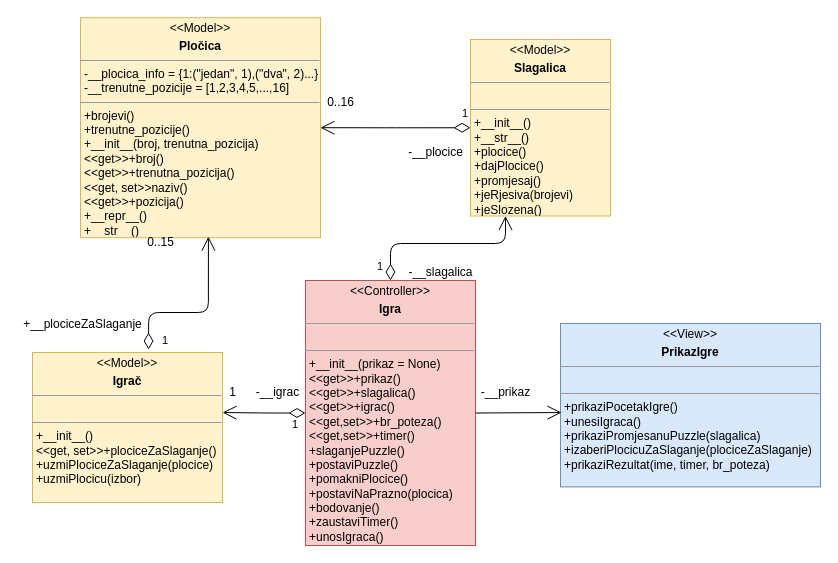
Earlier version of the draw.io diagram page "dijagramKlasaModelPogledKontroler" (7 of 11) of dijagram.drawio (mmravak/Sliding-puzzle). Source tidied: cells renumbered, new cells numbered last; positions are measured from the earlier drawing's top-left corner, leaving out a move shared by most shapes. Both pictures are drawn from the tidied source at 100%, with x=0, y=0 at pixel (17, 17).
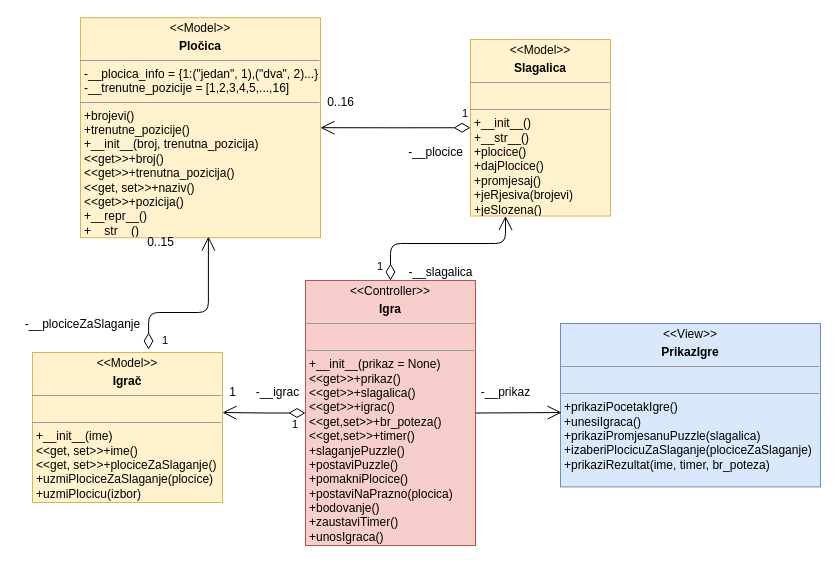
After the change.

Diff of the diagram source:
```diff
@@
-    <mxCell id="2" value="&lt;p style=&quot;margin: 0px ; margin-top: 4px ; text-align: center&quot;&gt;&amp;lt;&amp;lt;Model&amp;gt;&amp;gt;&lt;/p&gt;&lt;p style=&quot;margin: 0px ; margin-top: 4px ; text-align: center&quot;&gt;&lt;b&gt;Pločica&lt;/b&gt;&lt;/p&gt;&lt;hr size=&quot;1&quot;&gt;&lt;p style=&quot;margin: 0px ; margin-left: 4px&quot;&gt;-__plocica_info = {1:(&quot;jedan&quot;, 1),(&quot;dva&quot;, 2)...}&lt;/p&gt;&lt;p style=&quot;margin: 0px ; margin-left: 4px&quot;&gt;-__trenutne_pozicije = [1,2,3,4,5,...,16]&lt;/p&gt;&lt;hr size=&quot;1&quot;&gt;&lt;p style=&quot;margin: 0px ; margin-left: 4px&quot;&gt;+brojevi()&lt;/p&gt;&lt;p style=&quot;margin: 0px ; margin-left: 4px&quot;&gt;+trenutne_pozicije()&lt;/p&gt;&lt;p style=&quot;margin: 0px ; margin-left: 4px&quot;&gt;+__init__(broj, trenutna_pozicija)&lt;/p&gt;&lt;p style=&quot;margin: 0px ; margin-left: 4px&quot;&gt;&amp;lt;&amp;lt;get&amp;gt;&amp;gt;+broj()&lt;/p&gt;&lt;p style=&quot;margin: 0px ; margin-left: 4px&quot;&gt;&amp;lt;&amp;lt;get&amp;gt;&amp;gt;+trenutna_pozicija()&lt;/p&gt;&lt;p style=&quot;margin: 0px ; margin-left: 4px&quot;&gt;&amp;lt;&amp;lt;get, set&amp;gt;&amp;gt;naziv()&lt;/p&gt;&lt;p style=&quot;margin: 0px ; margin-left: 4px&quot;&gt;&amp;lt;&amp;lt;get&amp;gt;&amp;gt;+pozicija()&lt;/p&gt;&lt;p style=&quot;margin: 0px ; margin-left: 4px&quot;&gt;+__repr__()&lt;/p&gt;&lt;p style=&quot;margin: 0px ; margin-left: 4px&quot;&gt;+__str__()&lt;/p&gt;" style="verticalAlign=top;align=left;overflow=fill;fontSize=12;fontFamily=Helvetica;html=1;fillColor=#fff2cc;strokeColor=#d6b656;" parent="1" vertex="1">
+    <mxCell id="2" value="&lt;p style=&quot;margin: 0px ; margin-top: 4px ; text-align: center&quot;&gt;&amp;lt;&amp;lt;Model&amp;gt;&amp;gt;&lt;/p&gt;&lt;p style=&quot;margin: 0px ; margin-top: 4px ; text-align: center&quot;&gt;&lt;b&gt;Pločica&lt;/b&gt;&lt;/p&gt;&lt;hr size=&quot;1&quot;&gt;&lt;p style=&quot;margin: 0px ; margin-left: 4px&quot;&gt;-__plocica_info = {1:(&quot;jedan&quot;, 1),(&quot;dva&quot;, 2)...}&lt;/p&gt;&lt;p style=&quot;margin: 0px ; margin-left: 4px&quot;&gt;-__trenutne_pozicije = [1,2,3,4,5,...,16]&lt;/p&gt;&lt;hr size=&quot;1&quot;&gt;&lt;p style=&quot;margin: 0px ; margin-left: 4px&quot;&gt;+brojevi()&lt;/p&gt;&lt;p style=&quot;margin: 0px ; margin-left: 4px&quot;&gt;+trenutne_pozicije()&lt;/p&gt;&lt;p style=&quot;margin: 0px ; margin-left: 4px&quot;&gt;+__init__(broj, trenutna_pozicija)&lt;/p&gt;&lt;p style=&quot;margin: 0px ; margin-left: 4px&quot;&gt;&amp;lt;&amp;lt;get&amp;gt;&amp;gt;+broj()&lt;/p&gt;&lt;p style=&quot;margin: 0px ; margin-left: 4px&quot;&gt;&amp;lt;&amp;lt;get&amp;gt;&amp;gt;+trenutna_pozicija()&lt;/p&gt;&lt;p style=&quot;margin: 0px ; margin-left: 4px&quot;&gt;&amp;lt;&amp;lt;get, set&amp;gt;&amp;gt;+naziv()&lt;/p&gt;&lt;p style=&quot;margin: 0px ; margin-left: 4px&quot;&gt;&amp;lt;&amp;lt;get&amp;gt;&amp;gt;+pozicija()&lt;/p&gt;&lt;p style=&quot;margin: 0px ; margin-left: 4px&quot;&gt;+__repr__()&lt;/p&gt;&lt;p style=&quot;margin: 0px ; margin-left: 4px&quot;&gt;+__str__()&lt;/p&gt;" style="verticalAlign=top;align=left;overflow=fill;fontSize=12;fontFamily=Helvetica;html=1;fillColor=#fff2cc;strokeColor=#d6b656;" parent="1" vertex="1">
       <mxGeometry x="63" y="0.2" width="240" height="220" as="geometry" />
     </mxCell>
@@
-    <mxCell id="7" value="&lt;p style=&quot;margin: 0px ; margin-top: 4px ; text-align: center&quot;&gt;&amp;lt;&amp;lt;Model&amp;gt;&amp;gt;&lt;/p&gt;&lt;p style=&quot;margin: 0px ; margin-top: 4px ; text-align: center&quot;&gt;&lt;b&gt;Igrač&lt;/b&gt;&lt;/p&gt;&lt;hr size=&quot;1&quot;&gt;&lt;p style=&quot;margin: 0px ; margin-left: 4px&quot;&gt;&lt;br&gt;&lt;/p&gt;&lt;hr size=&quot;1&quot;&gt;&lt;p style=&quot;margin: 0px ; margin-left: 4px&quot;&gt;&lt;span&gt;+__init__()&lt;/span&gt;&lt;br&gt;&lt;/p&gt;&lt;p style=&quot;margin: 0px ; margin-left: 4px&quot;&gt;&amp;lt;&amp;lt;get, set&amp;gt;&amp;gt;+plociceZaSlaganje()&lt;/p&gt;&lt;p style=&quot;margin: 0px ; margin-left: 4px&quot;&gt;+uzmiPlociceZaSlaganje(plocice&lt;span&gt;)&lt;/span&gt;&lt;/p&gt;&lt;p style=&quot;margin: 0px ; margin-left: 4px&quot;&gt;+uzmiPlocicu(izbor)&lt;/p&gt;" style="verticalAlign=top;align=left;overflow=fill;fontSize=12;fontFamily=Helvetica;html=1;fillColor=#fff2cc;strokeColor=#d6b656;" parent="1" vertex="1">
+    <mxCell id="7" value="&lt;p style=&quot;margin: 0px ; margin-top: 4px ; text-align: center&quot;&gt;&amp;lt;&amp;lt;Model&amp;gt;&amp;gt;&lt;/p&gt;&lt;p style=&quot;margin: 0px ; margin-top: 4px ; text-align: center&quot;&gt;&lt;b&gt;Igrač&lt;/b&gt;&lt;/p&gt;&lt;hr size=&quot;1&quot;&gt;&lt;p style=&quot;margin: 0px ; margin-left: 4px&quot;&gt;&lt;br&gt;&lt;/p&gt;&lt;hr size=&quot;1&quot;&gt;&lt;p style=&quot;margin: 0px ; margin-left: 4px&quot;&gt;&lt;span&gt;+__init__(ime)&lt;/span&gt;&lt;br&gt;&lt;/p&gt;&lt;p style=&quot;margin: 0px ; margin-left: 4px&quot;&gt;&lt;span&gt;&amp;lt;&amp;lt;get, set&amp;gt;&amp;gt;+ime()&lt;/span&gt;&lt;/p&gt;&lt;p style=&quot;margin: 0px ; margin-left: 4px&quot;&gt;&amp;lt;&amp;lt;get, set&amp;gt;&amp;gt;+plociceZaSlaganje()&lt;/p&gt;&lt;p style=&quot;margin: 0px ; margin-left: 4px&quot;&gt;+uzmiPlociceZaSlaganje(plocice&lt;span&gt;)&lt;/span&gt;&lt;/p&gt;&lt;p style=&quot;margin: 0px ; margin-left: 4px&quot;&gt;+uzmiPlocicu(izbor)&lt;/p&gt;" style="verticalAlign=top;align=left;overflow=fill;fontSize=12;fontFamily=Helvetica;html=1;fillColor=#fff2cc;strokeColor=#d6b656;" parent="1" vertex="1">
       <mxGeometry x="15" y="335" width="190" height="150" as="geometry" />
     </mxCell>
-    <mxCell id="8" value="+__plociceZaSlaganje" style="text;html=1;align=center;verticalAlign=middle;" parent="1" vertex="1">
+    <mxCell id="8" value="-__plociceZaSlaganje" style="text;html=1;align=center;verticalAlign=middle;" parent="1" vertex="1">
       <mxGeometry y="297" width="130" height="20" as="geometry" />
     </mxCell>
```
